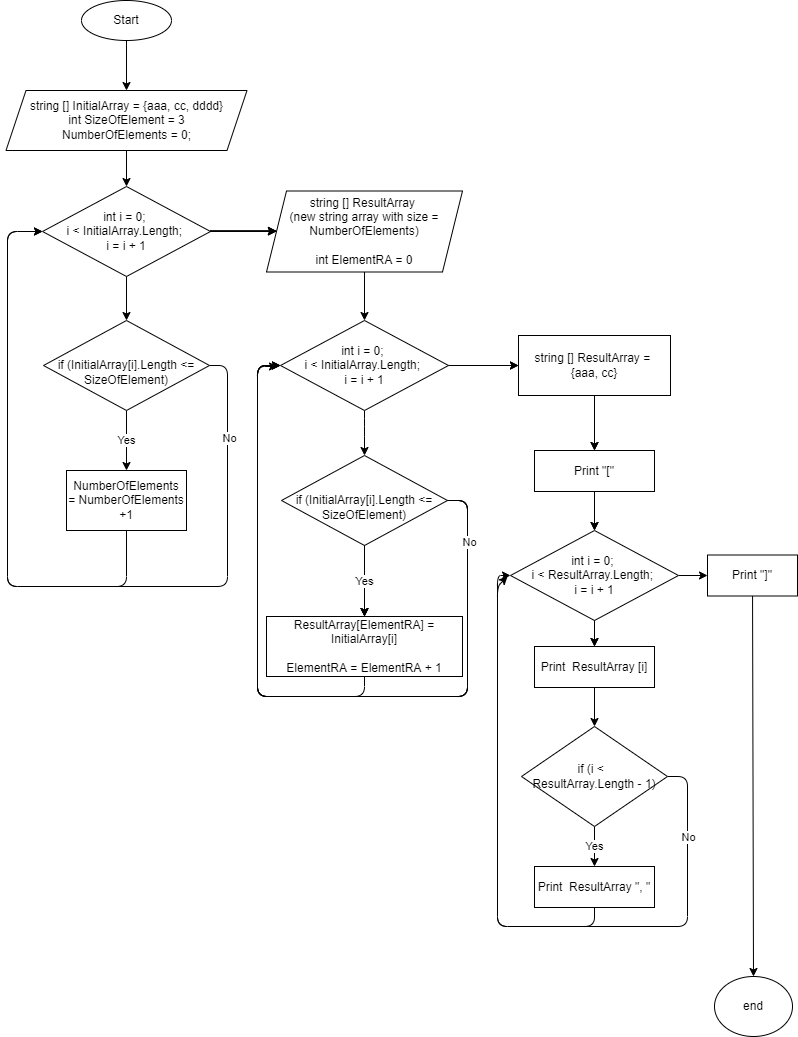
AntonStepin/ContolWork keeps this draw.io diagram as Diagram.drawio.png. Above is the earlier version. Source tidied: cells renumbered, new cells last; positions are measured from the earlier drawing's top-left corner, leaving out a move shared by most shapes.
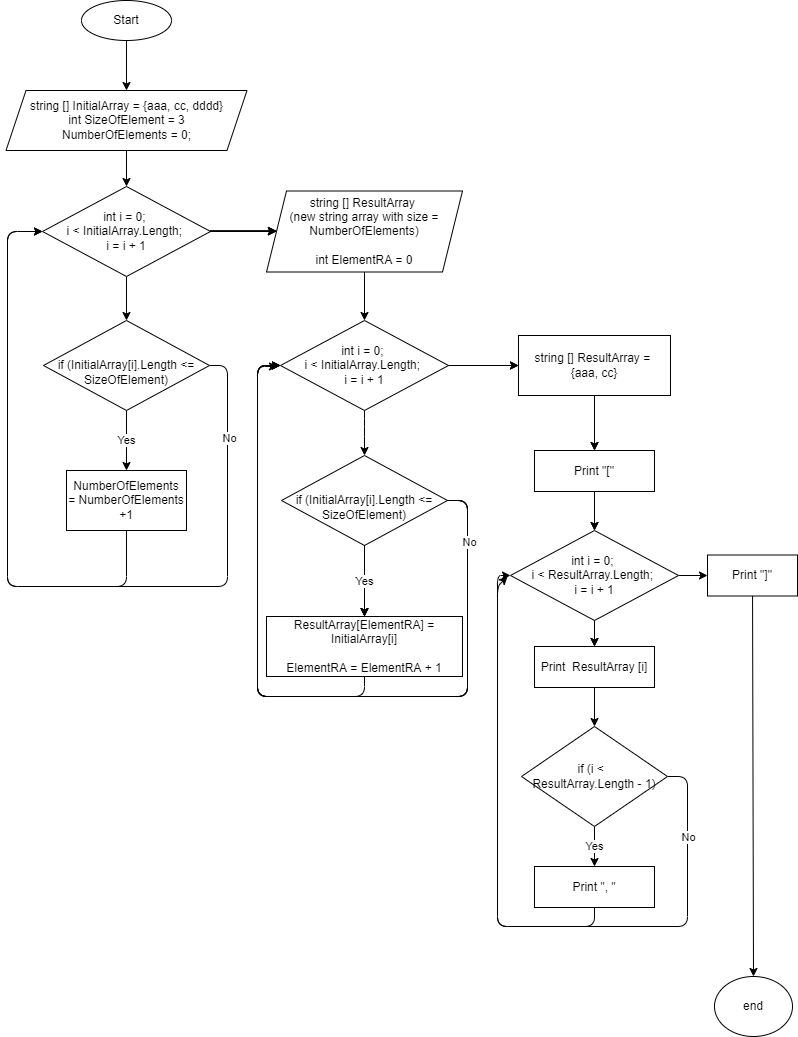
The same diagram one commit later.

Diff of the diagram source:
```diff
@@ -161,7 +161,7 @@
         </Array>
       </mxGeometry>
     </mxCell>
-    <mxCell id="40" value="Print&amp;nbsp; ResultArray &quot;, &quot;" style="rounded=0;whiteSpace=wrap;html=1;" parent="1" vertex="1">
+    <mxCell id="40" value="Print &quot;, &quot;" style="rounded=0;whiteSpace=wrap;html=1;" parent="1" vertex="1">
       <mxGeometry x="529" y="866" width="120" height="41" as="geometry" />
     </mxCell>
     <mxCell id="41" style="edgeStyle=none;html=1;entryX=0.5;entryY=0;entryDx=0;entryDy=0;strokeColor=#000000;" parent="1" edge="1" source="42" target="43">
```
